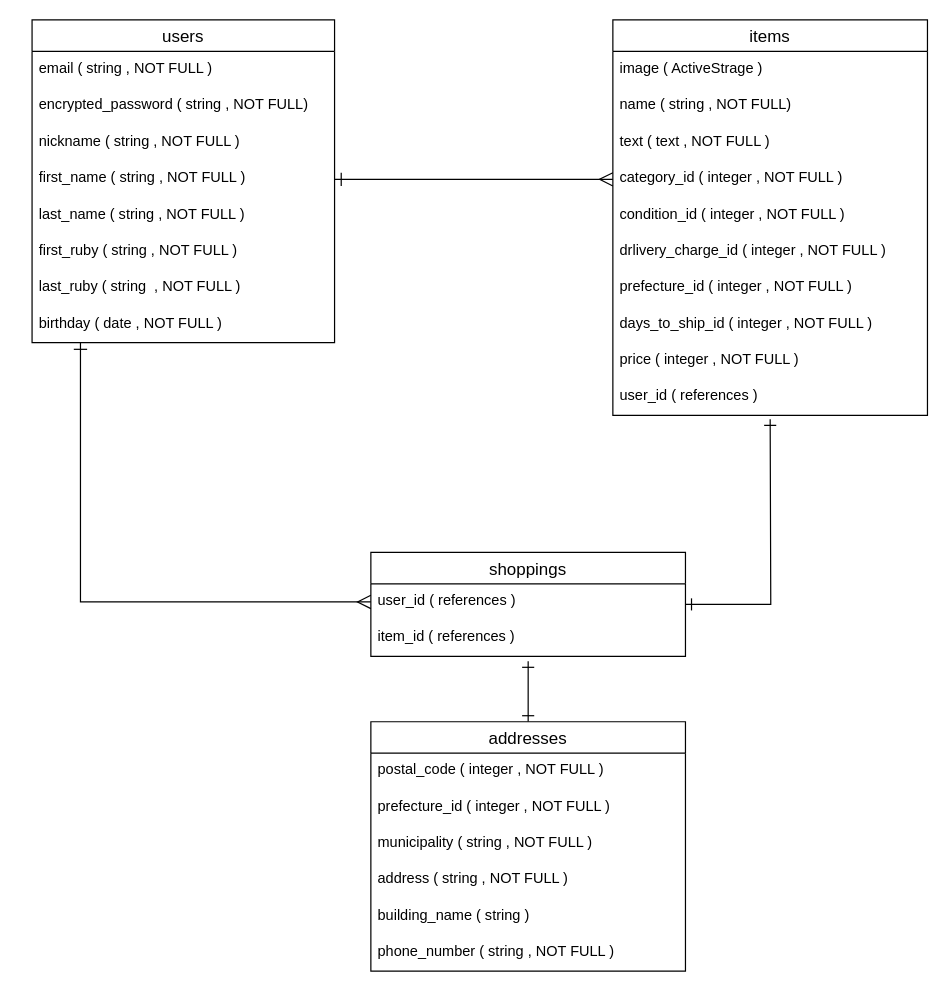
Earlier version of the draw.io diagram furima.dio (ami0120/furima-34292). Source tidied: cells renumbered, new cells numbered last; positions are measured from the earlier drawing's top-left corner, leaving out a move shared by most shapes. Both pictures are drawn from the tidied source at 121%, with x=0, y=0 at pixel (31, 19).
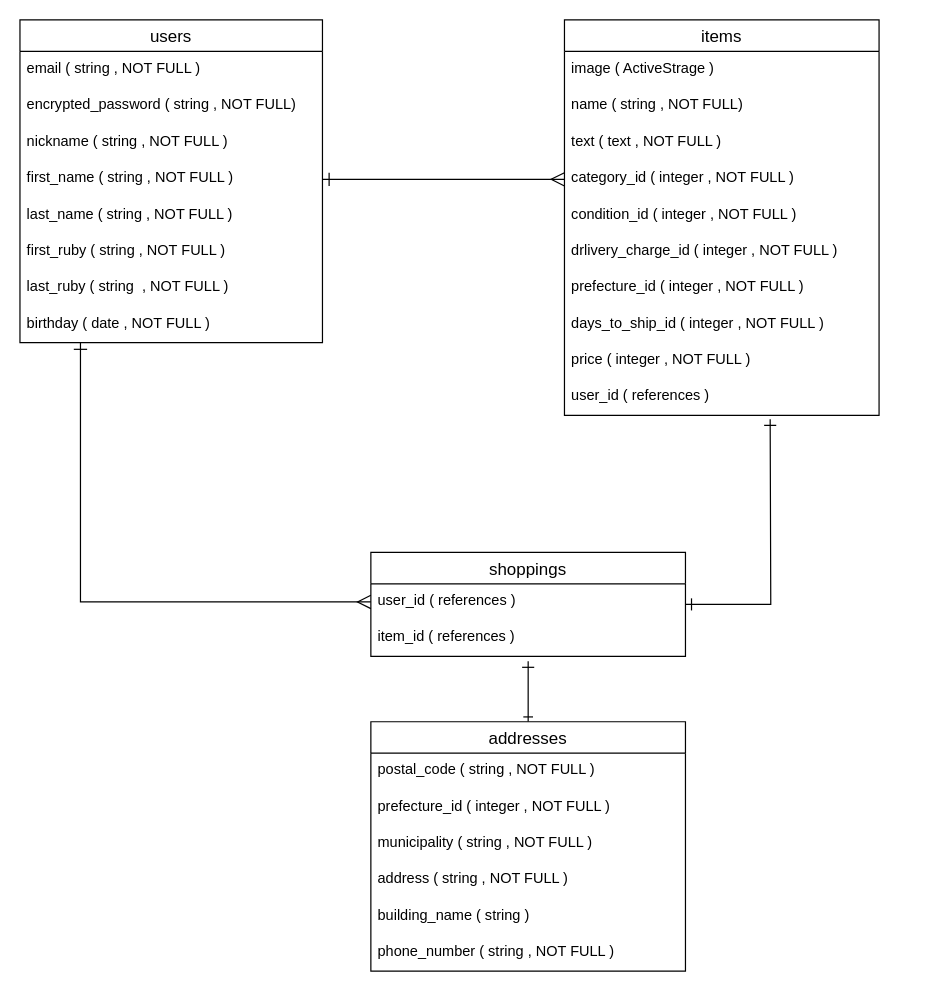
Above is the later version.

The change refers to these unchanged cells:
```xml
<mxCell id="24" value="addresses" style="swimlane;fontStyle=0;horizontal=1;startSize=26;align=center;fontSize=14;" parent="1" vertex="1">
  <mxGeometry x="280" y="580" width="260" height="206" as="geometry" />
</mxCell>
```

Diff of the diagram source:
```diff
@@
     <mxCell id="3" value="users" style="swimlane;fontStyle=0;horizontal=1;startSize=26;align=center;fontSize=14;" parent="1" vertex="1">
-      <mxGeometry width="250" height="266.7" as="geometry" />
+      <mxGeometry x="-10" width="250" height="266.7" as="geometry" />
     </mxCell>
@@
     <mxCell id="12" value="items" style="swimlane;fontStyle=0;horizontal=1;startSize=26;align=center;fontSize=14;" parent="1" vertex="1">
-      <mxGeometry x="480" width="260" height="326.7" as="geometry" />
+      <mxGeometry x="440" width="260" height="326.7" as="geometry" />
     </mxCell>
@@
-    <mxCell id="23" style="edgeStyle=orthogonalEdgeStyle;rounded=0;jettySize=auto;html=1;startArrow=ERone;startFill=0;endArrow=ERone;endFill=0;endSize=8;startSize=8;" parent="1" edge="1" source="24">
+    <mxCell id="23" style="edgeStyle=orthogonalEdgeStyle;rounded=0;jettySize=auto;html=1;startArrow=ERone;startFill=0;endArrow=ERone;endFill=0;endSize=8;" parent="1" edge="1" source="24">
       <mxGeometry relative="1" as="geometry">
         <mxPoint x="410" y="530" as="targetPoint" />
       </mxGeometry>
     </mxCell>
@@
-    <mxCell id="25" value="postal_code ( integer , NOT FULL )" style="text;strokeColor=none;fillColor=none;spacingLeft=4;spacingRight=4;overflow=hidden;fontSize=12;" parent="24" vertex="1">
+    <mxCell id="25" value="postal_code ( string , NOT FULL )" style="text;strokeColor=none;fillColor=none;spacingLeft=4;spacingRight=4;overflow=hidden;fontSize=12;" parent="24" vertex="1">
       <mxGeometry y="26" width="260" height="30" as="geometry" />
     </mxCell>
```
